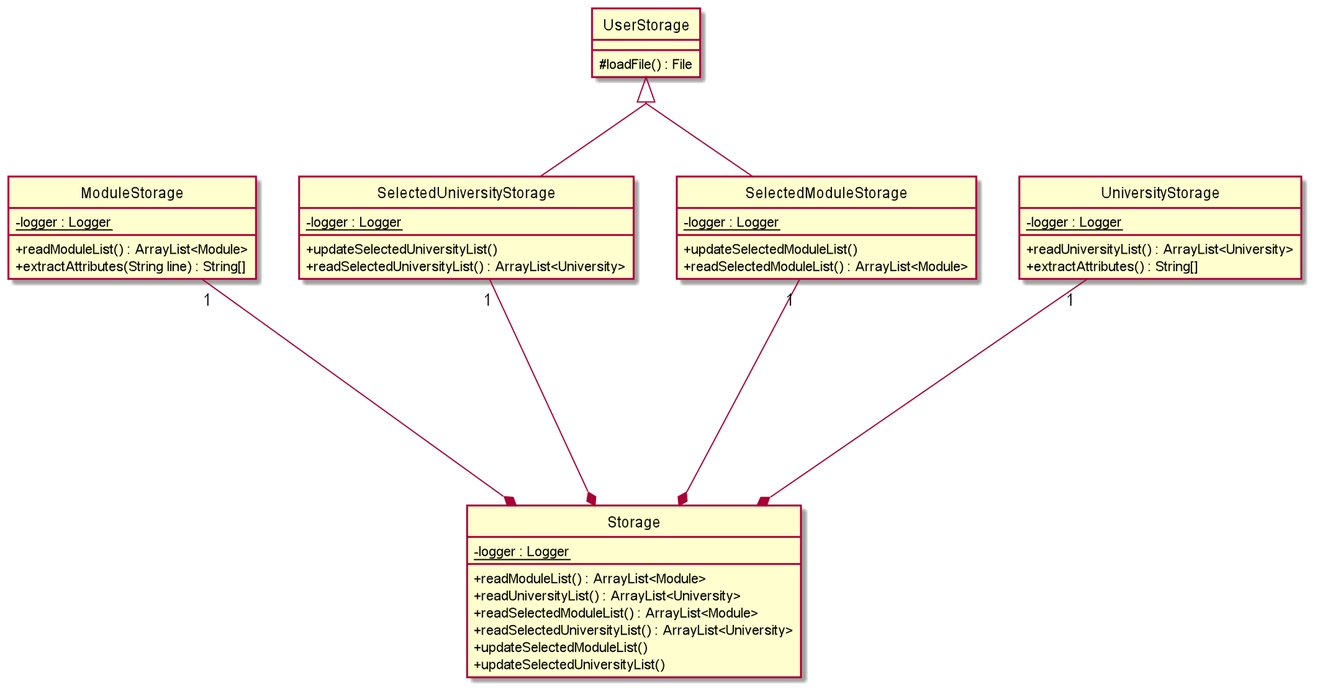
Earlier version of the PlantUML export docs/images/storage.png (nus-cs2113-AY2122S1/tp). The source it was exported from:
```plantuml
@startuml
hide circle
skinparam classAttributeIconSize 0
skinparam groupInheritance 2

ModuleStorage "1" ----* Storage
    ModuleStorage : - {static} logger : Logger

    ModuleStorage : + readModuleList() : ArrayList<Module>
    ModuleStorage : + extractAttributes(String line) : String[]

UserStorage <|-- SelectedUniversityStorage
SelectedUniversityStorage "1" ----* Storage
    SelectedUniversityStorage : - {static} logger : Logger
    SelectedUniversityStorage : + updateSelectedUniversityList()
    SelectedUniversityStorage : + readSelectedUniversityList() : ArrayList<University>

UserStorage <|-- SelectedModuleStorage
SelectedModuleStorage "1" ----* Storage
    SelectedModuleStorage : - {static} logger : Logger
    SelectedModuleStorage : + updateSelectedModuleList()
    SelectedModuleStorage : + readSelectedModuleList() : ArrayList<Module>

UniversityStorage "1" ----* Storage
    UniversityStorage : - {static} logger : Logger
    UniversityStorage : + readUniversityList() : ArrayList<University>
    UniversityStorage : + extractAttributes() : String[]

class UserStorage {
    # loadFile() : File
}
class Storage {
    - {static} logger : Logger

    + readModuleList() : ArrayList<Module>
    + readUniversityList() : ArrayList<University>
    + readSelectedModuleList() : ArrayList<Module>
    + readSelectedUniversityList() : ArrayList<University>
    + updateSelectedModuleList()
    + updateSelectedUniversityList()
}
@enduml
```
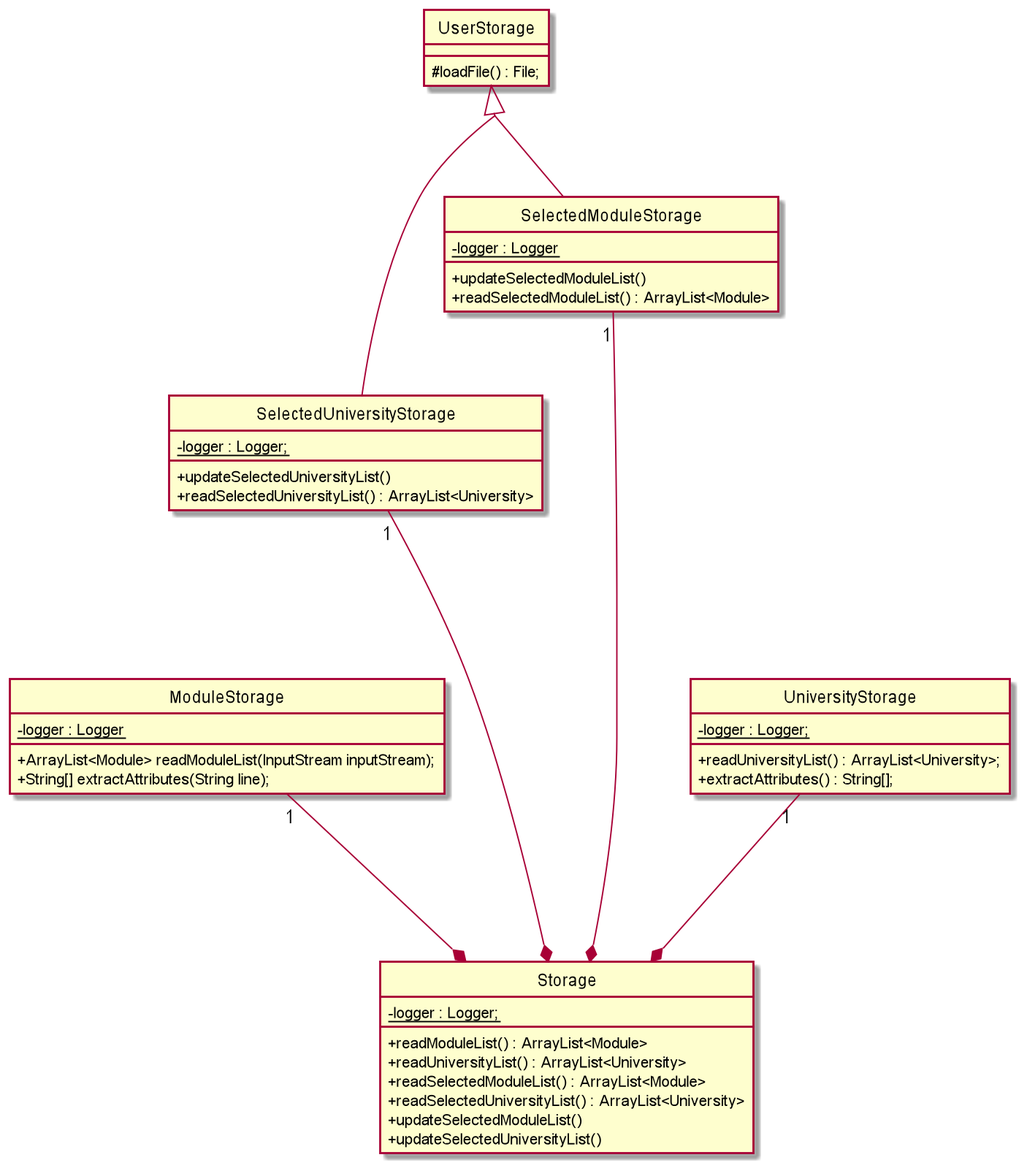
The same file after the commit.

Change to the diagram source:
```diff
@@ -3,34 +3,34 @@
 skinparam classAttributeIconSize 0
 skinparam groupInheritance 2
 
-ModuleStorage "1" ----* Storage
+ModuleStorage "1" ---* Storage
     ModuleStorage : - {static} logger : Logger
 
-    ModuleStorage : + readModuleList() : ArrayList<Module>
-    ModuleStorage : + extractAttributes(String line) : String[]
+    ModuleStorage : + ArrayList<Module> readModuleList(InputStream inputStream);
+    ModuleStorage : + String[] extractAttributes(String line);
 
 UserStorage <|-- SelectedUniversityStorage
-SelectedUniversityStorage "1" ----* Storage
-    SelectedUniversityStorage : - {static} logger : Logger
+SelectedUniversityStorage "1" ---* Storage
+    SelectedUniversityStorage : - {static} logger : Logger;
     SelectedUniversityStorage : + updateSelectedUniversityList()
     SelectedUniversityStorage : + readSelectedUniversityList() : ArrayList<University>
 
 UserStorage <|-- SelectedModuleStorage
-SelectedModuleStorage "1" ----* Storage
+SelectedModuleStorage "1" ------* Storage
     SelectedModuleStorage : - {static} logger : Logger
     SelectedModuleStorage : + updateSelectedModuleList()
     SelectedModuleStorage : + readSelectedModuleList() : ArrayList<Module>
 
-UniversityStorage "1" ----* Storage
-    UniversityStorage : - {static} logger : Logger
-    UniversityStorage : + readUniversityList() : ArrayList<University>
-    UniversityStorage : + extractAttributes() : String[]
+UniversityStorage "1" ---* Storage
+    UniversityStorage : - {static} logger : Logger;
+    UniversityStorage : + readUniversityList() : ArrayList<University>;
+    UniversityStorage : + extractAttributes() : String[];
 
 class UserStorage {
-    # loadFile() : File
+    # loadFile() : File;
 }
 class Storage {
-    - {static} logger : Logger
+    - {static} logger : Logger;
 
     + readModuleList() : ArrayList<Module>
     + readUniversityList() : ArrayList<University>
```
